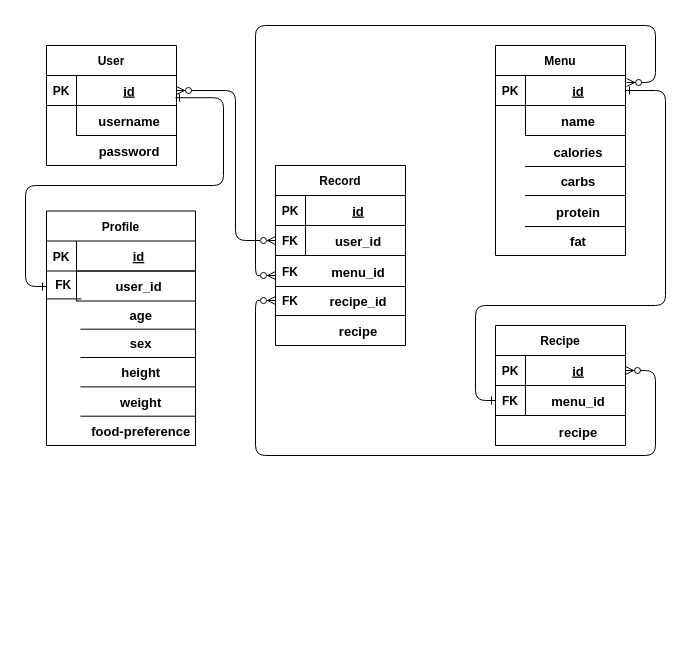
Earlier version of the draw.io diagram diagrams/Backend ER Diagram.drawio (swsnu/swpp2021-team5). Source tidied: cells renumbered, new cells numbered last; positions are measured from the earlier drawing's top-left corner, leaving out a move shared by most shapes. Both pictures are drawn from the tidied source at 100%, with x=0, y=0 at pixel (25, 25).
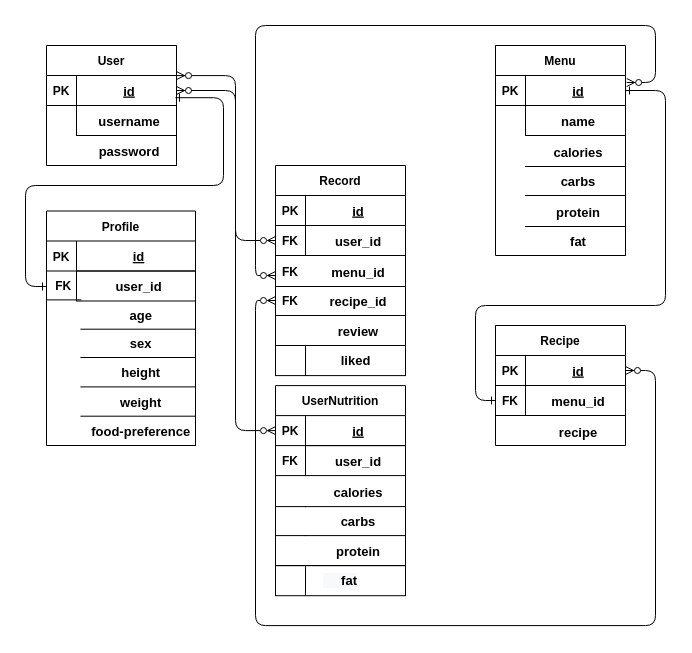
After the change.

Unchanged cells that the change refers to:
```xml
<mxCell id="18" style="group;" parent="1" vertex="1">
  <mxGeometry x="250" y="140" width="130" height="180" as="geometry" />
</mxCell>
<mxCell id="35" style="shape=partialRectangle;fillColor=none;points=[[0,0.5],[1,0.5]];portConstraint=eastwest;top=0;left=0;right=0;bottom=1;" parent="34" vertex="1">
  <mxGeometry y="30" width="130" height="30" as="geometry" />
</mxCell>
<mxCell id="60" style="group;" parent="1" vertex="1">
  <mxGeometry x="21" y="185.5" width="149" height="234.5" as="geometry" />
</mxCell>
```

Diff of the diagram source:
```diff
@@
-    <mxCell id="32" value="recipe" style="shape=partialRectangle;overflow=hidden;fillColor=none;top=0;left=0;bottom=0;right=0;align=center;spacingLeft=6;fontStyle=1;fontSize=13;" parent="18" vertex="1">
+    <mxCell id="32" value="review" style="shape=partialRectangle;overflow=hidden;fillColor=none;top=0;left=0;bottom=0;right=0;align=center;spacingLeft=6;fontStyle=1;fontSize=13;" parent="18" vertex="1">
       <mxGeometry x="30" y="150" width="100" height="30" as="geometry" />
     </mxCell>
@@
     <mxCell id="71" value="FK" style="shape=partialRectangle;overflow=hidden;fillColor=none;top=0;left=0;bottom=1;right=0;fontStyle=1;" parent="60" vertex="1">
-      <mxGeometry y="58.6" width="34.4" height="29.3" as="geometry" />
+      <mxGeometry y="59.6" width="34.4" height="29.3" as="geometry" />
     </mxCell>
@@
     <mxCell id="77" style="edgeStyle=orthogonalEdgeStyle;endArrow=ERzeroToMany;startArrow=ERzeroToMany;endFill=0;startFill=1;exitX=1;exitY=0.5;exitDx=0;exitDy=0;" parent="1" edge="1" source="35">
       <mxGeometry relative="1" as="geometry">
         <mxPoint x="250" y="275" as="targetPoint" />
         <Array as="points">
-          <mxPoint x="630" y="345" />
-          <mxPoint x="630" y="430" />
-          <mxPoint x="230" y="430" />
-          <mxPoint x="230" y="275" />
+          <mxPoint x="630" y="345.1" />
+          <mxPoint x="630" y="600.1" />
+          <mxPoint x="230" y="600.1" />
+          <mxPoint x="230" y="275.1" />
         </Array>
       </mxGeometry>
     </mxCell>
+    <mxCell id="78" style="group;" parent="1" vertex="1">
+      <mxGeometry x="250" y="360.1" width="130" height="180" as="geometry" />
+    </mxCell>
+    <mxCell id="79" value="UserNutrition" style="shape=table;startSize=30;childLayout=tableLayout;rowLines=0;fontStyle=1;align=center;" parent="78" vertex="1">
+      <mxGeometry width="130" height="180" as="geometry" />
+    </mxCell>
+    <mxCell id="80" style="shape=partialRectangle;fillColor=none;points=[[0,0.5],[1,0.5]];portConstraint=eastwest;top=0;left=0;right=0;bottom=1;" parent="79" vertex="1">
+      <mxGeometry y="30" width="130" height="30" as="geometry" />
+    </mxCell>
+    <mxCell id="81" value="PK" style="shape=partialRectangle;overflow=hidden;fillColor=none;top=0;left=0;bottom=0;right=0;fontStyle=1;" parent="80" vertex="1">
+      <mxGeometry width="30" height="30" as="geometry" />
+    </mxCell>
+    <mxCell id="82" value="id" style="shape=partialRectangle;overflow=hidden;fillColor=none;top=0;left=0;bottom=0;right=0;align=center;spacingLeft=6;fontStyle=5;fontSize=13;" parent="80" vertex="1">
+      <mxGeometry x="30" width="100" height="30" as="geometry" />
+    </mxCell>
+    <mxCell id="83" style="shape=partialRectangle;fillColor=none;top=0;left=0;right=0;bottom=0;" parent="79" vertex="1">
+      <mxGeometry y="60" width="130" height="30" as="geometry" />
+    </mxCell>
+    <mxCell id="84" style="shape=partialRectangle;overflow=hidden;fillColor=none;top=0;left=0;bottom=0;right=0;" parent="83" vertex="1">
+      <mxGeometry width="30" height="30" as="geometry" />
+    </mxCell>
+    <mxCell id="85" value="user_id" style="shape=partialRectangle;overflow=hidden;fillColor=none;top=1;left=0;bottom=1;right=0;align=center;spacingLeft=6;fontStyle=1;fontSize=13;" parent="83" vertex="1">
+      <mxGeometry x="30" width="100" height="30" as="geometry" />
+    </mxCell>
+    <mxCell id="86" style="shape=partialRectangle;overflow=hidden;fillColor=none;top=0;left=0;bottom=1;right=0;fontStyle=1;" parent="78" vertex="1">
+      <mxGeometry y="91" width="30" height="30" as="geometry" />
+    </mxCell>
+    <mxCell id="87" value="calories" style="shape=partialRectangle;overflow=hidden;fillColor=none;top=0;left=0;bottom=1;right=0;align=center;spacingLeft=6;fontStyle=1;fontSize=13;" parent="78" vertex="1">
+      <mxGeometry x="30" y="91" width="100" height="30" as="geometry" />
+    </mxCell>
+    <mxCell id="88" value="FK" style="shape=partialRectangle;overflow=hidden;fillColor=none;top=0;left=0;bottom=1;right=0;fontStyle=1;" parent="78" vertex="1">
+      <mxGeometry y="60" width="30" height="30" as="geometry" />
+    </mxCell>
+    <mxCell id="89" style="shape=partialRectangle;overflow=hidden;fillColor=none;top=0;left=0;bottom=1;right=0;fontStyle=1;" parent="78" vertex="1">
+      <mxGeometry y="120" width="30" height="30" as="geometry" />
+    </mxCell>
+    <mxCell id="90" value="carbs" style="shape=partialRectangle;overflow=hidden;fillColor=none;top=0;left=0;bottom=1;right=0;align=center;spacingLeft=6;fontStyle=1;fontSize=13;" parent="78" vertex="1">
+      <mxGeometry x="30" y="120" width="100" height="30" as="geometry" />
+    </mxCell>
+    <mxCell id="91" style="shape=partialRectangle;overflow=hidden;fillColor=none;top=0;left=0;bottom=0;right=0;" parent="78" vertex="1">
+      <mxGeometry y="150" width="30" height="30" as="geometry" />
+    </mxCell>
+    <mxCell id="92" value="protein" style="shape=partialRectangle;overflow=hidden;fillColor=none;top=0;left=0;bottom=0;right=0;align=center;spacingLeft=6;fontStyle=1;fontSize=13;" parent="78" vertex="1">
+      <mxGeometry x="30" y="150" width="100" height="30" as="geometry" />
+    </mxCell>
+    <mxCell id="93" value="&lt;span style=&quot;color: rgb(0 , 0 , 0) ; font-family: &amp;#34;helvetica&amp;#34; ; font-size: 13px ; font-style: normal ; font-weight: 700 ; letter-spacing: normal ; text-align: center ; text-indent: 0px ; text-transform: none ; word-spacing: 0px ; background-color: rgb(248 , 249 , 250) ; display: inline ; float: none&quot;&gt;&amp;nbsp; &amp;nbsp; &amp;nbsp;fat&lt;/span&gt;" style="rounded=0;whiteSpace=wrap;html=1;fillColor=none;" parent="1" vertex="1">
+      <mxGeometry x="250" y="540.1" width="130" height="30.1" as="geometry" />
+    </mxCell>
+    <mxCell id="94" style="endArrow=none;html=1;rounded=0;exitX=0.231;exitY=0.006;exitDx=0;exitDy=0;exitPerimeter=0;" parent="1" edge="1" source="93">
+      <mxGeometry relative="1" as="geometry">
+        <mxPoint x="280" y="570.1" as="targetPoint" />
+      </mxGeometry>
+    </mxCell>
+    <mxCell id="95" style="edgeStyle=orthogonalEdgeStyle;endArrow=ERzeroToMany;startArrow=ERzeroToMany;endFill=0;startFill=1;exitX=1;exitY=0.5;exitDx=0;exitDy=0;entryX=0;entryY=0.5;entryDx=0;entryDy=0;" parent="1" edge="1" target="80">
+      <mxGeometry relative="1" as="geometry">
+        <mxPoint x="151" y="50.1" as="sourcePoint" />
+        <Array as="points">
+          <mxPoint x="210" y="50.1" />
+          <mxPoint x="210" y="405.1" />
+        </Array>
+      </mxGeometry>
+    </mxCell>
+    <mxCell id="96" value="&lt;b&gt;&lt;font style=&quot;font-size: 14px&quot;&gt;&amp;nbsp; &amp;nbsp; &amp;nbsp; &amp;nbsp; &lt;/font&gt;&lt;font style=&quot;font-size: 13px&quot;&gt;liked&lt;/font&gt;&lt;/b&gt;" style="rounded=0;whiteSpace=wrap;html=1;fillColor=none;" parent="1" vertex="1">
+      <mxGeometry x="250" y="320" width="130" height="30.1" as="geometry" />
+    </mxCell>
+    <mxCell id="97" style="endArrow=none;html=1;rounded=0;exitX=0.231;exitY=0.997;exitDx=0;exitDy=0;exitPerimeter=0;entryX=0.231;entryY=0;entryDx=0;entryDy=0;entryPerimeter=0;" parent="1" edge="1" source="96" target="96">
+      <mxGeometry relative="1" as="geometry" />
+    </mxCell>
```
